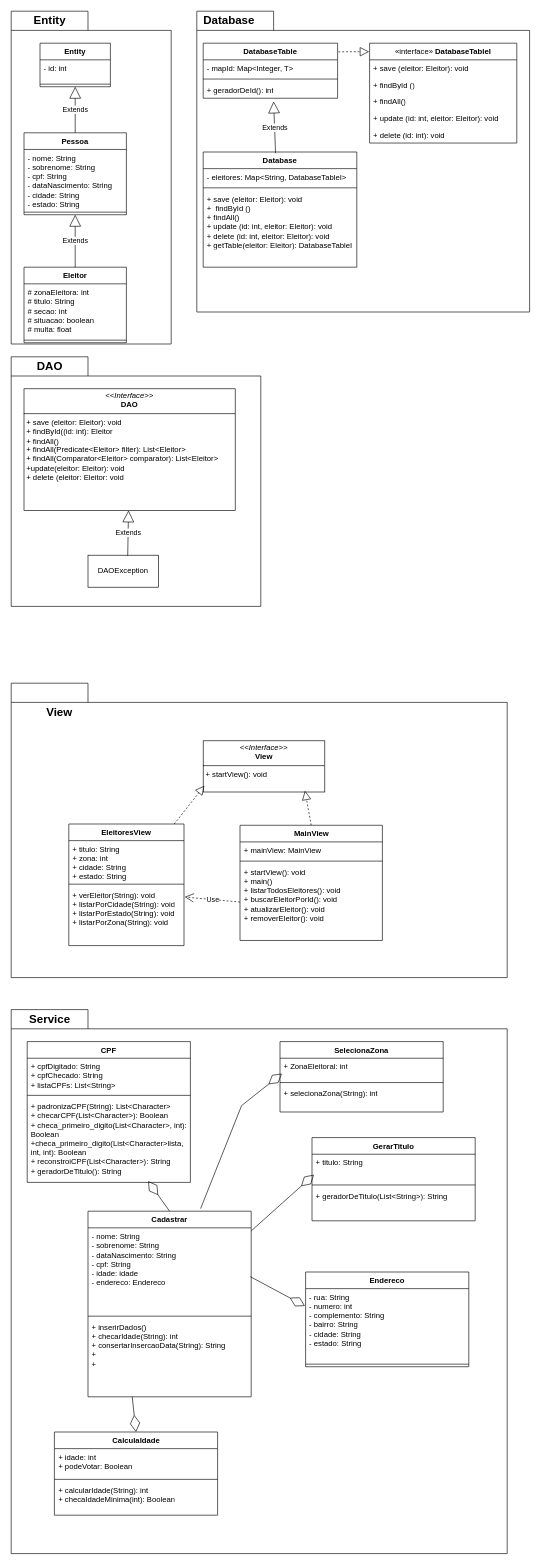
fseabra93/proj_final_LP2 keeps this draw.io diagram as Diagrama sem nome.drawio. Above is the earlier version. Source tidied: cells renumbered, new cells numbered last; positions are measured from the earlier drawing's top-left corner, leaving out a move shared by most shapes. Both pictures are drawn from the tidied source at 64%, with x=0, y=0 at pixel (11, 11).
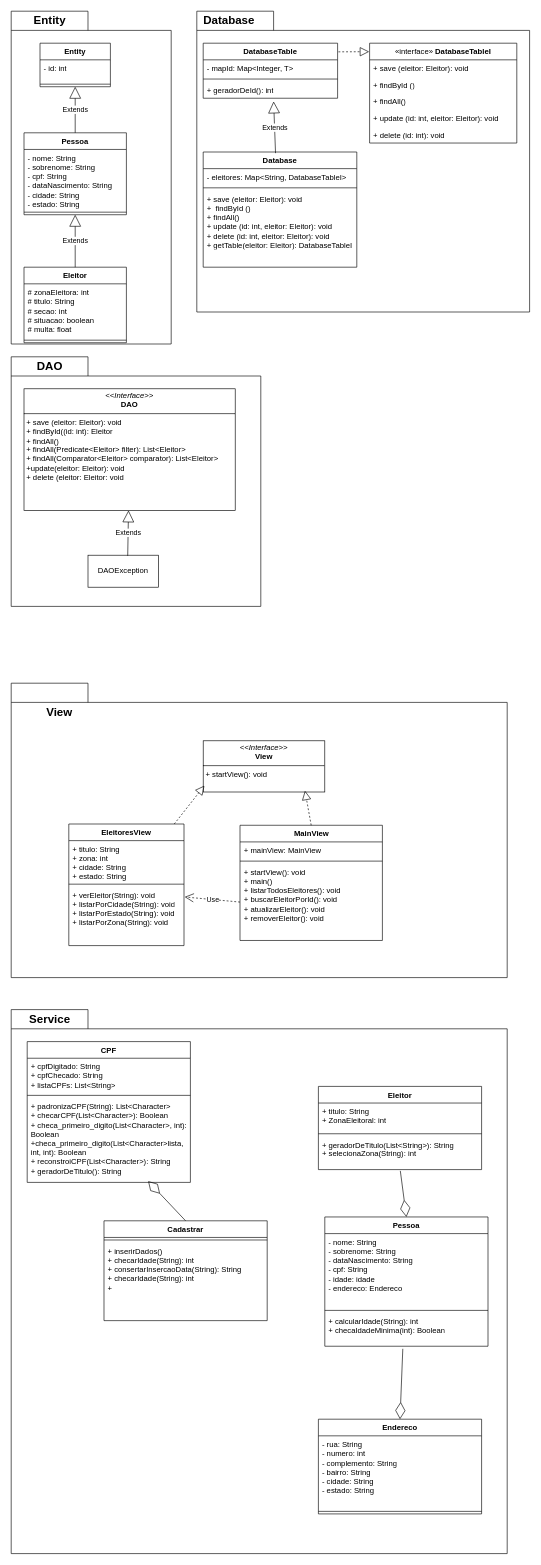
The same diagram, later.

The change refers to these unchanged cells:
```xml
<mxCell id="76" value="&lt;div&gt;- rua: String&lt;/div&gt;&lt;div&gt;- numero: int&lt;/div&gt;&lt;div&gt;- complemento: String&lt;/div&gt;&lt;div&gt;- bairro: String&lt;/div&gt;&lt;div&gt;- cidade: String&lt;/div&gt;&lt;div&gt;- estado: String&lt;/div&gt;" style="text;strokeColor=none;fillColor=none;align=left;verticalAlign=top;spacingLeft=4;spacingRight=4;overflow=hidden;points=[[0,0.5],[1,0.5]];portConstraint=eastwest;whiteSpace=wrap;html=1;" parent="75" vertex="1">
  <mxGeometry y="26" width="255" height="114" as="geometry" />
</mxCell>
```

Diff of the diagram source:
```diff
@@
-    <mxCell id="58" value="GerarTitulo" style="swimlane;fontStyle=1;align=center;verticalAlign=top;horizontal=1;startSize=26;whiteSpace=wrap;html=1;" parent="1" vertex="1">
-      <mxGeometry x="470" y="1760" width="255" height="130" as="geometry" />
-    </mxCell>
-    <mxCell id="59" value="+ titulo: String" style="text;strokeColor=none;fillColor=none;align=left;verticalAlign=top;spacingLeft=4;spacingRight=4;overflow=hidden;points=[[0,0.5],[1,0.5]];portConstraint=eastwest;whiteSpace=wrap;html=1;" parent="58" vertex="1">
-      <mxGeometry y="26" width="255" height="44" as="geometry" />
-    </mxCell>
-    <mxCell id="60" style="line;strokeWidth=1;fillColor=none;align=left;verticalAlign=middle;spacingTop=-1;spacingLeft=3;spacingRight=3;labelPosition=right;strokeColor=inherit;" parent="58" vertex="1">
-      <mxGeometry y="70" width="255" height="8" as="geometry" />
-    </mxCell>
-    <mxCell id="61" value="+ geradorDeTitulo(List&amp;lt;String&amp;gt;): String" style="text;strokeColor=none;fillColor=none;align=left;verticalAlign=top;spacingLeft=4;spacingRight=4;overflow=hidden;whiteSpace=wrap;html=1;" parent="58" vertex="1">
-      <mxGeometry y="78" width="255" height="52" as="geometry" />
-    </mxCell>
-    <mxCell id="62" value="CalculaIdade" style="swimlane;fontStyle=1;align=center;verticalAlign=top;horizontal=1;startSize=26;whiteSpace=wrap;html=1;" parent="1" vertex="1">
-      <mxGeometry x="67.5" y="2220" width="255" height="130" as="geometry" />
+    <mxCell id="62" value="Eleitor" style="swimlane;fontStyle=1;align=center;verticalAlign=top;horizontal=1;startSize=26;whiteSpace=wrap;html=1;" parent="1" vertex="1">
+      <mxGeometry x="480" y="1680" width="255" height="130" as="geometry" />
     </mxCell>
-    <mxCell id="63" value="+ idade: int&lt;div&gt;+ podeVotar: Boolean&lt;br&gt;&lt;/div&gt;" style="text;strokeColor=none;fillColor=none;align=left;verticalAlign=top;spacingLeft=4;spacingRight=4;overflow=hidden;whiteSpace=wrap;html=1;" parent="62" vertex="1">
+    <mxCell id="63" value="+ titulo: String&lt;div&gt;+ ZonaEleitoral: int&lt;br&gt;&lt;/div&gt;" style="text;strokeColor=none;fillColor=none;align=left;verticalAlign=top;spacingLeft=4;spacingRight=4;overflow=hidden;whiteSpace=wrap;html=1;" parent="62" vertex="1">
       <mxGeometry y="26" width="255" height="44" as="geometry" />
     </mxCell>
@@
-    <mxCell id="65" value="+ calcularIdade(String): int&lt;div&gt;+ checaIdadeMinima(int): Boolean&lt;/div&gt;" style="text;strokeColor=none;fillColor=none;align=left;verticalAlign=top;spacingLeft=4;spacingRight=4;overflow=hidden;points=[[0,0.5],[1,0.5]];portConstraint=eastwest;whiteSpace=wrap;html=1;" parent="62" vertex="1">
+    <mxCell id="65" value="&lt;div&gt;+ geradorDeTitulo(List&amp;lt;String&amp;gt;): String&lt;/div&gt;&lt;div&gt;+ selecionaZona(String): int&lt;br&gt;&lt;/div&gt;" style="text;strokeColor=none;fillColor=none;align=left;verticalAlign=top;spacingLeft=4;spacingRight=4;overflow=hidden;points=[[0,0.5],[1,0.5]];portConstraint=eastwest;whiteSpace=wrap;html=1;" parent="62" vertex="1">
       <mxGeometry y="78" width="255" height="52" as="geometry" />
     </mxCell>
-    <mxCell id="66" value="SelecionaZona" style="swimlane;fontStyle=1;align=center;verticalAlign=top;horizontal=1;startSize=26;whiteSpace=wrap;html=1;" parent="1" vertex="1">
-      <mxGeometry x="420" y="1610" width="255" height="110" as="geometry" />
-    </mxCell>
-    <mxCell id="67" value="&lt;div&gt;+ ZonaEleitoral: int&lt;/div&gt;" style="text;strokeColor=none;fillColor=none;align=left;verticalAlign=top;spacingLeft=4;spacingRight=4;overflow=hidden;points=[[0,0.5],[1,0.5]];portConstraint=eastwest;whiteSpace=wrap;html=1;" parent="66" vertex="1">
-      <mxGeometry y="26" width="255" height="34" as="geometry" />
-    </mxCell>
-    <mxCell id="68" style="line;strokeWidth=1;fillColor=none;align=left;verticalAlign=middle;spacingTop=-1;spacingLeft=3;spacingRight=3;labelPosition=right;strokeColor=inherit;" parent="66" vertex="1">
-      <mxGeometry y="60" width="255" height="8" as="geometry" />
-    </mxCell>
-    <mxCell id="69" value="+ selecionaZona(String): int" style="text;strokeColor=none;fillColor=none;align=left;verticalAlign=top;spacingLeft=4;spacingRight=4;overflow=hidden;whiteSpace=wrap;html=1;" parent="66" vertex="1">
-      <mxGeometry y="68" width="255" height="42" as="geometry" />
-    </mxCell>
@@
     <mxCell id="71" value="Cadastrar" style="swimlane;fontStyle=1;align=center;verticalAlign=top;horizontal=1;startSize=26;whiteSpace=wrap;html=1;" parent="1" vertex="1">
-      <mxGeometry x="120" y="1875" width="255" height="290" as="geometry" />
+      <mxGeometry x="145" y="1890" width="255" height="156" as="geometry" />
     </mxCell>
-    <mxCell id="72" value="&lt;div&gt;- nome: String&lt;/div&gt;&lt;div&gt;- sobrenome: String&lt;/div&gt;&lt;div&gt;- dataNascimento: String&lt;/div&gt;&lt;div&gt;- cpf: String&lt;/div&gt;&lt;div&gt;- idade: idade&lt;/div&gt;&lt;div&gt;- endereco: Endereco&lt;/div&gt;" style="text;strokeColor=none;fillColor=none;align=left;verticalAlign=top;spacingLeft=4;spacingRight=4;overflow=hidden;points=[[0,0.5],[1,0.5]];portConstraint=eastwest;whiteSpace=wrap;html=1;" parent="71" vertex="1">
-      <mxGeometry y="26" width="255" height="134" as="geometry" />
-    </mxCell>
     <mxCell id="73" style="line;strokeWidth=1;fillColor=none;align=left;verticalAlign=middle;spacingTop=-1;spacingLeft=3;spacingRight=3;labelPosition=right;strokeColor=inherit;" parent="71" vertex="1">
-      <mxGeometry y="160" width="255" height="8" as="geometry" />
+      <mxGeometry y="26" width="255" height="8" as="geometry" />
     </mxCell>
-    <mxCell id="74" value="&lt;div&gt;+ inserirDados()&lt;/div&gt;&lt;div&gt;+ checarIdade(String): int&lt;/div&gt;&lt;div&gt;+&amp;nbsp;consertarInsercaoData(String): String&lt;/div&gt;&lt;div&gt;+&amp;nbsp;&lt;/div&gt;&lt;div&gt;+&lt;/div&gt;" style="text;strokeColor=none;fillColor=none;align=left;verticalAlign=top;spacingLeft=4;spacingRight=4;overflow=hidden;points=[[0,0.5],[1,0.5]];portConstraint=eastwest;whiteSpace=wrap;html=1;" parent="71" vertex="1">
-      <mxGeometry y="168" width="255" height="122" as="geometry" />
+    <mxCell id="74" value="&lt;div&gt;+ inserirDados()&lt;/div&gt;&lt;div&gt;+ checarIdade(String): int&lt;/div&gt;&lt;div&gt;+&amp;nbsp;consertarInsercaoData(String): String&lt;/div&gt;&lt;div&gt;+ checarIdade(String): int&lt;/div&gt;&lt;div&gt;+&lt;/div&gt;" style="text;strokeColor=none;fillColor=none;align=left;verticalAlign=top;spacingLeft=4;spacingRight=4;overflow=hidden;points=[[0,0.5],[1,0.5]];portConstraint=eastwest;whiteSpace=wrap;html=1;" parent="71" vertex="1">
+      <mxGeometry y="34" width="255" height="122" as="geometry" />
     </mxCell>
     <mxCell id="75" value="Endereco" style="swimlane;fontStyle=1;align=center;verticalAlign=top;horizontal=1;startSize=26;whiteSpace=wrap;html=1;" parent="1" vertex="1">
-      <mxGeometry x="460" y="1970" width="255" height="148" as="geometry" />
+      <mxGeometry x="480" y="2200" width="255" height="148" as="geometry" />
     </mxCell>
@@
-    <mxCell id="78" style="endArrow=diamondThin;endFill=0;endSize=24;html=1;rounded=0;exitX=0.995;exitY=0.57;exitDx=0;exitDy=0;exitPerimeter=0;entryX=-0.004;entryY=0.237;entryDx=0;entryDy=0;entryPerimeter=0;" parent="1" edge="1" source="72" target="76">
+    <mxCell id="78" style="endArrow=diamondThin;endFill=0;endSize=24;html=1;rounded=0;exitX=0.478;exitY=1.077;exitDx=0;exitDy=0;exitPerimeter=0;entryX=0.5;entryY=0;entryDx=0;entryDy=0;" parent="1" edge="1" source="85" target="75">
       <mxGeometry relative="1" as="geometry" />
     </mxCell>
-    <mxCell id="79" style="endArrow=diamondThin;endFill=0;endSize=24;html=1;rounded=0;exitX=0.271;exitY=1;exitDx=0;exitDy=0;exitPerimeter=0;entryX=0.5;entryY=0;entryDx=0;entryDy=0;" parent="1" edge="1" source="74" target="62">
+    <mxCell id="79" style="endArrow=diamondThin;endFill=0;endSize=24;html=1;rounded=0;exitX=0.502;exitY=1.038;exitDx=0;exitDy=0;exitPerimeter=0;entryX=0.5;entryY=0;entryDx=0;entryDy=0;" parent="1" edge="1" source="65" target="83">
       <mxGeometry relative="1" as="geometry" />
     </mxCell>
@@
-    <mxCell id="81" style="endArrow=diamondThin;endFill=0;endSize=24;html=1;rounded=0;exitX=0.69;exitY=-0.014;exitDx=0;exitDy=0;entryX=0.012;entryY=0.706;entryDx=0;entryDy=0;entryPerimeter=0;exitPerimeter=0;" parent="1" edge="1" source="71" target="67">
-      <mxGeometry relative="1" as="geometry">
-        <Array as="points">
-          <mxPoint x="360" y="1710" />
-        </Array>
-      </mxGeometry>
-    </mxCell>
-    <mxCell id="82" style="endArrow=diamondThin;endFill=0;endSize=24;html=1;rounded=0;entryX=0.012;entryY=0.727;entryDx=0;entryDy=0;entryPerimeter=0;" parent="1" edge="1" source="71" target="59">
-      <mxGeometry relative="1" as="geometry" />
-    </mxCell>
+    <mxCell id="83" value="Pessoa" style="swimlane;fontStyle=1;align=center;verticalAlign=top;horizontal=1;startSize=26;whiteSpace=wrap;html=1;" parent="1" vertex="1">
+      <mxGeometry x="490" y="1884" width="255" height="202" as="geometry" />
+    </mxCell>
+    <mxCell id="72" value="&lt;div&gt;&lt;div&gt;- nome: String&lt;/div&gt;&lt;div&gt;- sobrenome: String&lt;/div&gt;&lt;div&gt;- dataNascimento: String&lt;/div&gt;&lt;div&gt;- cpf: String&lt;/div&gt;&lt;div&gt;- idade: idade&lt;/div&gt;&lt;div&gt;- endereco: Endereco&lt;/div&gt;&lt;/div&gt;" style="text;strokeColor=none;fillColor=none;align=left;verticalAlign=top;spacingLeft=4;spacingRight=4;overflow=hidden;points=[[0,0.5],[1,0.5]];portConstraint=eastwest;whiteSpace=wrap;html=1;" parent="83" vertex="1">
+      <mxGeometry y="26" width="255" height="116" as="geometry" />
+    </mxCell>
+    <mxCell id="84" style="line;strokeWidth=1;fillColor=none;align=left;verticalAlign=middle;spacingTop=-1;spacingLeft=3;spacingRight=3;labelPosition=right;strokeColor=inherit;" parent="83" vertex="1">
+      <mxGeometry y="142" width="255" height="8" as="geometry" />
+    </mxCell>
+    <mxCell id="85" value="+ calcularIdade(String): int&lt;div&gt;+ checaIdadeMinima(int): Boolean&lt;/div&gt;" style="text;strokeColor=none;fillColor=none;align=left;verticalAlign=top;spacingLeft=4;spacingRight=4;overflow=hidden;points=[[0,0.5],[1,0.5]];portConstraint=eastwest;whiteSpace=wrap;html=1;" parent="83" vertex="1">
+      <mxGeometry y="150" width="255" height="52" as="geometry" />
+    </mxCell>
```
